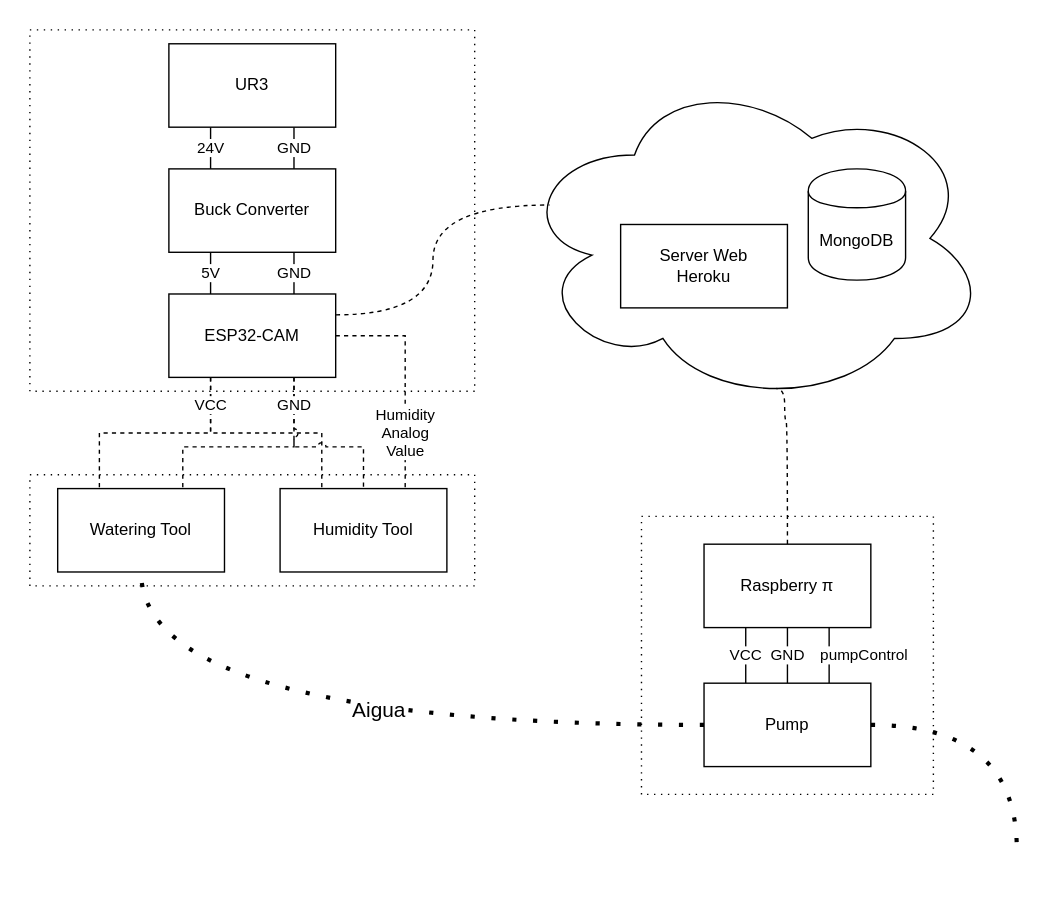
Before: Diagrams/HardwareDiagram.drawio in gerardPlanella/WeePlant, a draw.io diagram. Source tidied: cells renumbered, new cells numbered last; positions are measured from the earlier drawing's top-left corner, leaving out a move shared by most shapes. Both pictures are drawn from the tidied source at 139%, with x=0, y=0 at pixel (29, 29).
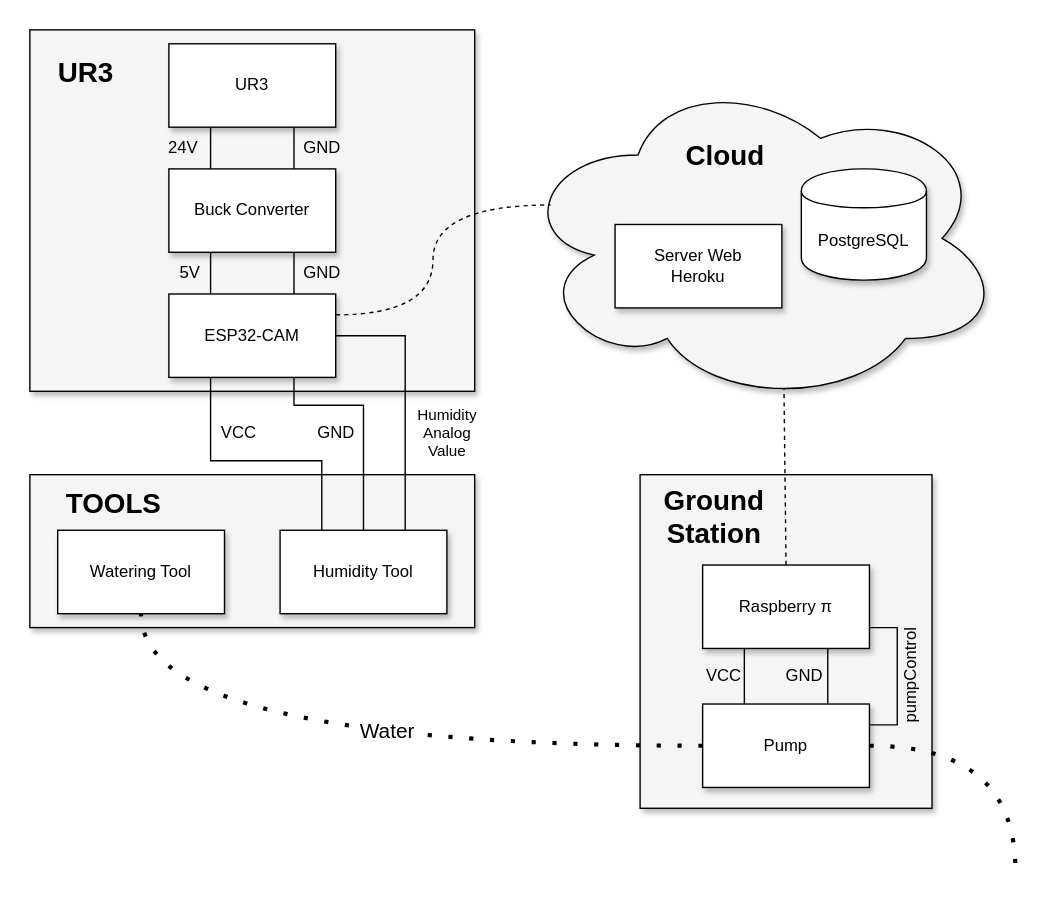
The same diagram, later.

The edit, as a diff of the source:
```diff
@@
+    <mxCell id="30" style="rounded=0;whiteSpace=wrap;html=1;fillColor=#f5f5f5;strokeWidth=1;strokeColor=#000000;fontColor=#333333;shadow=1;" parent="1" vertex="1">
+      <mxGeometry y="320" width="320" height="110" as="geometry" />
+    </mxCell>
+    <mxCell id="28" style="rounded=0;whiteSpace=wrap;html=1;fillColor=#f5f5f5;strokeWidth=1;strokeColor=#000000;fontColor=#333333;comic=0;shadow=1;" parent="1" vertex="1">
+      <mxGeometry width="320" height="260" as="geometry" />
+    </mxCell>
+    <mxCell id="29" style="rounded=0;whiteSpace=wrap;html=1;fillColor=#f5f5f5;strokeWidth=1;strokeColor=#000000;fontColor=#333333;shadow=1;" parent="1" vertex="1">
+      <mxGeometry x="439" y="320" width="210" height="240" as="geometry" />
+    </mxCell>
-    <mxCell id="2" style="ellipse;shape=cloud;whiteSpace=wrap;html=1;" parent="1" vertex="1">
-      <mxGeometry x="350" y="30" width="340" height="240" as="geometry" />
+    <mxCell id="2" style="ellipse;shape=cloud;whiteSpace=wrap;html=1;fillColor=#f5f5f5;strokeColor=#000000;fontColor=#333333;shadow=1;" parent="1" vertex="1">
+      <mxGeometry x="350" y="30" width="350" height="240" as="geometry" />
     </mxCell>
-    <mxCell id="3" value="24V" style="edgeStyle=orthogonalEdgeStyle;rounded=0;jettySize=auto;html=1;exitX=0.25;exitY=1;exitDx=0;exitDy=0;entryX=0.25;entryY=0;entryDx=0;entryDy=0;endArrow=none;endFill=0;" parent="1" edge="1" source="5" target="17">
+    <mxCell id="3" style="edgeStyle=orthogonalEdgeStyle;rounded=0;jettySize=auto;html=1;exitX=0.25;exitY=1;exitDx=0;exitDy=0;entryX=0.25;entryY=0;entryDx=0;entryDy=0;endArrow=none;endFill=0;" parent="1" edge="1" source="5" target="17">
       <mxGeometry relative="1" as="geometry" />
     </mxCell>
-    <mxCell id="4" value="GND" style="edgeStyle=orthogonalEdgeStyle;rounded=0;jettySize=auto;html=1;exitX=0.75;exitY=1;exitDx=0;exitDy=0;entryX=0.75;entryY=0;entryDx=0;entryDy=0;endArrow=none;endFill=0;" parent="1" edge="1" source="5" target="17">
+    <mxCell id="4" style="edgeStyle=orthogonalEdgeStyle;rounded=0;jettySize=auto;html=1;exitX=0.75;exitY=1;exitDx=0;exitDy=0;entryX=0.75;entryY=0;entryDx=0;entryDy=0;endArrow=none;endFill=0;" parent="1" edge="1" source="5" target="17">
       <mxGeometry relative="1" as="geometry" />
     </mxCell>
-    <mxCell id="5" value="UR3" style="rounded=0;whiteSpace=wrap;html=1;" parent="1" vertex="1">
+    <mxCell id="5" value="UR3" style="rounded=0;whiteSpace=wrap;html=1;shadow=1;" parent="1" vertex="1">
       <mxGeometry x="100" y="10" width="120" height="60" as="geometry" />
     </mxCell>
-    <mxCell id="6" style="edgeStyle=orthogonalEdgeStyle;rounded=0;jettySize=auto;html=1;exitX=0.25;exitY=1;exitDx=0;exitDy=0;entryX=0.25;entryY=0;entryDx=0;entryDy=0;endArrow=none;endFill=0;dashed=1;" parent="1" edge="1" source="12" target="13">
-      <mxGeometry relative="1" as="geometry" />
-    </mxCell>
-    <mxCell id="7" value="VCC" style="edgeStyle=orthogonalEdgeStyle;rounded=0;jettySize=auto;html=1;exitX=0.25;exitY=1;exitDx=0;exitDy=0;entryX=0.25;entryY=0;entryDx=0;entryDy=0;dashed=1;endArrow=none;endFill=0;jumpStyle=none;" parent="1" edge="1" source="12" target="14">
-      <mxGeometry x="-0.75" relative="1" as="geometry" />
+    <mxCell id="7" style="edgeStyle=orthogonalEdgeStyle;rounded=0;jettySize=auto;html=1;exitX=0.25;exitY=1;exitDx=0;exitDy=0;entryX=0.25;entryY=0;entryDx=0;entryDy=0;endArrow=none;endFill=0;jumpStyle=none;" parent="1" edge="1" source="12" target="14">
+      <mxGeometry x="-0.75" y="-20" relative="1" as="geometry">
+        <Array as="points">
+          <mxPoint x="130" y="310" />
+          <mxPoint x="210" y="310" />
+        </Array>
+      </mxGeometry>
     </mxCell>
-    <mxCell id="8" style="edgeStyle=orthogonalEdgeStyle;rounded=0;jettySize=auto;html=1;exitX=0.75;exitY=1;exitDx=0;exitDy=0;entryX=0.5;entryY=0;entryDx=0;entryDy=0;dashed=1;endArrow=none;endFill=0;jumpStyle=arc;" parent="1" edge="1" source="12" target="14">
-      <mxGeometry relative="1" as="geometry">
-        <Array as="points">
-          <mxPoint x="190" y="300" />
-          <mxPoint x="240" y="300" />
-        </Array>
-      </mxGeometry>
-    </mxCell>
-    <mxCell id="9" value="GND" style="edgeStyle=orthogonalEdgeStyle;rounded=0;jumpStyle=none;jettySize=auto;html=1;exitX=0.75;exitY=1;exitDx=0;exitDy=0;entryX=0.75;entryY=0;entryDx=0;entryDy=0;dashed=1;endArrow=none;endFill=0;" parent="1" edge="1" source="12" target="13">
-      <mxGeometry x="-0.75" relative="1" as="geometry">
-        <Array as="points">
-          <mxPoint x="190" y="300" />
-          <mxPoint x="110" y="300" />
-        </Array>
-      </mxGeometry>
-    </mxCell>
-    <mxCell id="10" value="Humidity&lt;br&gt;Analog&lt;br&gt;Value" style="edgeStyle=orthogonalEdgeStyle;rounded=0;jumpStyle=none;jettySize=auto;html=1;exitX=1;exitY=0.5;exitDx=0;exitDy=0;entryX=0.75;entryY=0;entryDx=0;entryDy=0;dashed=1;endArrow=none;endFill=0;" parent="1" edge="1" source="12" target="14">
-      <mxGeometry x="0.5" relative="1" as="geometry" />
+    <mxCell id="10" value="Humidity&lt;br&gt;Analog&lt;br&gt;Value" style="edgeStyle=orthogonalEdgeStyle;rounded=0;jumpStyle=none;jettySize=auto;html=1;exitX=1;exitY=0.5;exitDx=0;exitDy=0;entryX=0.75;entryY=0;entryDx=0;entryDy=0;endArrow=none;endFill=0;" parent="1" edge="1" source="12" target="14">
+      <mxGeometry x="0.26" y="30" relative="1" as="geometry" />
     </mxCell>
@@
-    <mxCell id="12" value="ESP32-CAM" style="rounded=0;whiteSpace=wrap;html=1;" parent="1" vertex="1">
+    <mxCell id="12" value="ESP32-CAM" style="rounded=0;whiteSpace=wrap;html=1;shadow=1;" parent="1" vertex="1">
       <mxGeometry x="100" y="190" width="120" height="60" as="geometry" />
     </mxCell>
-    <mxCell id="13" value="Watering Tool" style="rounded=0;whiteSpace=wrap;html=1;" parent="1" vertex="1">
-      <mxGeometry x="20" y="330" width="120" height="60" as="geometry" />
+    <mxCell id="13" value="Watering Tool" style="rounded=0;whiteSpace=wrap;html=1;shadow=1;" parent="1" vertex="1">
+      <mxGeometry x="20" y="360" width="120" height="60" as="geometry" />
     </mxCell>
-    <mxCell id="14" value="Humidity Tool" style="rounded=0;whiteSpace=wrap;html=1;" parent="1" vertex="1">
-      <mxGeometry x="180" y="330" width="120" height="60" as="geometry" />
+    <mxCell id="14" value="Humidity Tool" style="rounded=0;whiteSpace=wrap;html=1;shadow=1;" parent="1" vertex="1">
+      <mxGeometry x="180" y="360" width="120" height="60" as="geometry" />
     </mxCell>
-    <mxCell id="15" value="5V" style="edgeStyle=orthogonalEdgeStyle;rounded=0;jettySize=auto;html=1;exitX=0.25;exitY=1;exitDx=0;exitDy=0;entryX=0.25;entryY=0;entryDx=0;entryDy=0;endArrow=none;endFill=0;" parent="1" edge="1" source="17" target="12">
+    <mxCell id="15" style="edgeStyle=orthogonalEdgeStyle;rounded=0;jettySize=auto;html=1;exitX=0.25;exitY=1;exitDx=0;exitDy=0;entryX=0.25;entryY=0;entryDx=0;entryDy=0;endArrow=none;endFill=0;" parent="1" edge="1" source="17" target="12">
       <mxGeometry relative="1" as="geometry" />
     </mxCell>
-    <mxCell id="16" value="GND" style="edgeStyle=orthogonalEdgeStyle;rounded=0;jettySize=auto;html=1;exitX=0.75;exitY=1;exitDx=0;exitDy=0;entryX=0.75;entryY=0;entryDx=0;entryDy=0;endArrow=none;endFill=0;" parent="1" edge="1" source="17" target="12">
+    <mxCell id="16" style="edgeStyle=orthogonalEdgeStyle;rounded=0;jettySize=auto;html=1;exitX=0.75;exitY=1;exitDx=0;exitDy=0;entryX=0.75;entryY=0;entryDx=0;entryDy=0;endArrow=none;endFill=0;" parent="1" edge="1" source="17" target="12">
       <mxGeometry relative="1" as="geometry" />
     </mxCell>
-    <mxCell id="17" value="Buck Converter" style="rounded=0;whiteSpace=wrap;html=1;" parent="1" vertex="1">
+    <mxCell id="17" value="Buck Converter" style="rounded=0;whiteSpace=wrap;html=1;shadow=1;" parent="1" vertex="1">
       <mxGeometry x="100" y="100" width="120" height="60" as="geometry" />
     </mxCell>
-    <mxCell id="18" value="VCC" style="rounded=0;jumpStyle=none;jettySize=auto;html=1;exitX=0.25;exitY=1;exitDx=0;exitDy=0;entryX=0.25;entryY=0;entryDx=0;entryDy=0;endArrow=none;endFill=0;strokeWidth=1;edgeStyle=orthogonalEdgeStyle;" parent="1" edge="1" source="22" target="25">
+    <mxCell id="18" style="rounded=0;jumpStyle=none;jettySize=auto;html=1;exitX=0.25;exitY=1;exitDx=0;exitDy=0;entryX=0.25;entryY=0;entryDx=0;entryDy=0;endArrow=none;endFill=0;strokeWidth=1;edgeStyle=orthogonalEdgeStyle;" parent="1" edge="1" source="22" target="25">
       <mxGeometry relative="1" as="geometry" />
     </mxCell>
-    <mxCell id="19" value="GND" style="edgeStyle=orthogonalEdgeStyle;rounded=0;jumpStyle=none;jettySize=auto;html=1;exitX=0.5;exitY=1;exitDx=0;exitDy=0;entryX=0.5;entryY=0;entryDx=0;entryDy=0;endArrow=none;endFill=0;strokeWidth=1;" parent="1" edge="1" source="22" target="25">
-      <mxGeometry relative="1" as="geometry" />
-    </mxCell>
-    <mxCell id="20" value="pumpControl" style="edgeStyle=orthogonalEdgeStyle;rounded=0;jumpStyle=none;jettySize=auto;html=1;exitX=0.75;exitY=1;exitDx=0;exitDy=0;entryX=0.75;entryY=0;entryDx=0;entryDy=0;endArrow=none;endFill=0;strokeWidth=1;" parent="1" edge="1" source="22" target="25">
+    <mxCell id="20" style="edgeStyle=orthogonalEdgeStyle;rounded=0;jumpStyle=none;jettySize=auto;html=1;exitX=0.75;exitY=1;exitDx=0;exitDy=0;entryX=0.75;entryY=0;entryDx=0;entryDy=0;endArrow=none;endFill=0;strokeWidth=1;" parent="1" edge="1" source="22" target="25">
       <mxGeometry y="25" relative="1" as="geometry" />
     </mxCell>
-    <mxCell id="21" style="edgeStyle=orthogonalEdgeStyle;rounded=0;jumpStyle=none;jettySize=auto;html=1;exitX=0.5;exitY=0;exitDx=0;exitDy=0;entryX=0.55;entryY=0.95;entryDx=0;entryDy=0;entryPerimeter=0;endArrow=none;endFill=0;strokeWidth=1;curved=1;dashed=1;" parent="1" edge="1" source="22" target="2">
-      <mxGeometry relative="1" as="geometry">
-        <Array as="points">
-          <mxPoint x="545" y="281" />
-          <mxPoint x="543" y="281" />
-        </Array>
-      </mxGeometry>
+    <mxCell id="21" style="rounded=0;jumpStyle=none;jettySize=auto;html=1;exitX=0.5;exitY=0;exitDx=0;exitDy=0;entryX=0.55;entryY=0.95;entryDx=0;entryDy=0;entryPerimeter=0;endArrow=none;endFill=0;strokeWidth=1;dashed=1;" parent="1" edge="1" source="22" target="2">
+      <mxGeometry relative="1" as="geometry" />
     </mxCell>
-    <mxCell id="22" value="Raspberry π" style="rounded=0;whiteSpace=wrap;html=1;" parent="1" vertex="1">
-      <mxGeometry x="485" y="370" width="120" height="60" as="geometry" />
+    <mxCell id="22" value="Raspberry π" style="rounded=0;whiteSpace=wrap;html=1;shadow=1;" parent="1" vertex="1">
+      <mxGeometry x="484" y="385" width="120" height="60" as="geometry" />
     </mxCell>
     <mxCell id="23" style="edgeStyle=orthogonalEdgeStyle;curved=1;rounded=0;jumpStyle=none;jettySize=auto;html=1;exitX=1;exitY=0.5;exitDx=0;exitDy=0;dashed=1;endArrow=none;endFill=0;dashPattern=1 4;strokeWidth=3;" parent="1" edge="1" source="25">
       <mxGeometry relative="1" as="geometry">
-        <mxPoint x="710" y="590" as="targetPoint" />
+        <mxPoint x="709" y="605" as="targetPoint" />
       </mxGeometry>
     </mxCell>
-    <mxCell id="24" value="&lt;font style=&quot;font-size: 15px&quot;&gt;Aigua&lt;/font&gt;" style="edgeStyle=orthogonalEdgeStyle;curved=1;rounded=0;jumpStyle=none;jettySize=auto;html=1;exitX=0;exitY=0.5;exitDx=0;exitDy=0;entryX=0.5;entryY=1;entryDx=0;entryDy=0;dashed=1;dashPattern=1 4;endArrow=none;endFill=0;strokeWidth=3;" parent="1" edge="1" source="25" target="13">
+    <mxCell id="24" value="&lt;span style=&quot;font-size: 15px&quot;&gt;Water&lt;/span&gt;" style="edgeStyle=orthogonalEdgeStyle;curved=1;rounded=0;jumpStyle=none;jettySize=auto;html=1;exitX=0;exitY=0.5;exitDx=0;exitDy=0;entryX=0.5;entryY=1;entryDx=0;entryDy=0;dashed=1;dashPattern=1 4;endArrow=none;endFill=0;strokeWidth=3;" parent="1" edge="1" source="25" target="13">
       <mxGeometry x="-0.09" y="-11" relative="1" as="geometry">
         <Array as="points">
-          <mxPoint x="80" y="500" />
+          <mxPoint x="80" y="515" />
         </Array>
       </mxGeometry>
     </mxCell>
+    <mxCell id="31" style="edgeStyle=orthogonalEdgeStyle;rounded=0;jettySize=auto;html=1;exitX=1;exitY=0.25;exitDx=0;exitDy=0;entryX=1;entryY=0.75;entryDx=0;entryDy=0;endArrow=none;endFill=0;" parent="1" edge="1" source="25" target="22">
+      <mxGeometry relative="1" as="geometry" />
+    </mxCell>
-    <mxCell id="25" value="Pump" style="rounded=0;whiteSpace=wrap;html=1;" parent="1" vertex="1">
-      <mxGeometry x="485" y="470" width="120" height="60" as="geometry" />
+    <mxCell id="25" value="Pump" style="rounded=0;whiteSpace=wrap;html=1;shadow=1;" parent="1" vertex="1">
+      <mxGeometry x="484" y="485" width="120" height="60" as="geometry" />
     </mxCell>
-    <mxCell id="26" value="MongoDB" style="shape=cylinder;whiteSpace=wrap;html=1;boundedLbl=1;backgroundOutline=1;" parent="1" vertex="1">
-      <mxGeometry x="560" y="100" width="70" height="80" as="geometry" />
+    <mxCell id="26" value="PostgreSQL" style="shape=cylinder;whiteSpace=wrap;html=1;boundedLbl=1;backgroundOutline=1;shadow=1;" parent="1" vertex="1">
+      <mxGeometry x="555" y="100" width="90" height="80" as="geometry" />
     </mxCell>
-    <mxCell id="27" value="Server Web&lt;br&gt;Heroku" style="rounded=0;whiteSpace=wrap;html=1;" parent="1" vertex="1">
-      <mxGeometry x="425" y="140" width="120" height="60" as="geometry" />
+    <mxCell id="27" value="Server Web&lt;br&gt;Heroku" style="rounded=0;whiteSpace=wrap;html=1;shadow=1;" parent="1" vertex="1">
+      <mxGeometry x="421" y="140" width="120" height="60" as="geometry" />
     </mxCell>
-    <mxCell id="28" style="rounded=0;whiteSpace=wrap;html=1;fillColor=none;dashed=1;strokeWidth=1;dashPattern=1 4;" parent="1" vertex="1">
-      <mxGeometry width="320" height="260" as="geometry" />
-    </mxCell>
-    <mxCell id="29" style="rounded=0;whiteSpace=wrap;html=1;fillColor=none;dashed=1;strokeWidth=1;dashPattern=1 4;" parent="1" vertex="1">
-      <mxGeometry x="440" y="350" width="210" height="200" as="geometry" />
-    </mxCell>
-    <mxCell id="30" style="rounded=0;whiteSpace=wrap;html=1;fillColor=none;dashed=1;strokeWidth=1;dashPattern=1 4;" parent="1" vertex="1">
-      <mxGeometry y="320" width="320" height="80" as="geometry" />
-    </mxCell>
+    <mxCell id="32" value="VCC" style="text;html=1;align=center;verticalAlign=middle;" parent="1" vertex="1">
+      <mxGeometry x="479" y="455" width="40" height="20" as="geometry" />
+    </mxCell>
+    <mxCell id="33" value="GND" style="text;html=1;align=center;verticalAlign=middle;" parent="1" vertex="1">
+      <mxGeometry x="536.5" y="455" width="40" height="20" as="geometry" />
+    </mxCell>
+    <mxCell id="34" value="pumpControl" style="text;html=1;align=center;verticalAlign=middle;rotation=-90;" parent="1" vertex="1">
+      <mxGeometry x="594" y="455" width="80" height="20" as="geometry" />
+    </mxCell>
+    <mxCell id="35" value="24V" style="text;html=1;align=center;verticalAlign=middle;" parent="1" vertex="1">
+      <mxGeometry x="90" y="75" width="40" height="20" as="geometry" />
+    </mxCell>
+    <mxCell id="36" value="GND" style="text;html=1;align=center;verticalAlign=middle;" parent="1" vertex="1">
+      <mxGeometry x="190" y="75" width="40" height="20" as="geometry" />
+    </mxCell>
+    <mxCell id="37" value="5V" style="text;html=1;align=center;verticalAlign=middle;" parent="1" vertex="1">
+      <mxGeometry x="100" y="165" width="30" height="20" as="geometry" />
+    </mxCell>
+    <mxCell id="38" value="GND" style="text;html=1;align=center;verticalAlign=middle;" parent="1" vertex="1">
+      <mxGeometry x="190" y="165" width="40" height="20" as="geometry" />
+    </mxCell>
+    <mxCell id="8" style="edgeStyle=orthogonalEdgeStyle;rounded=0;jettySize=auto;html=1;exitX=0.75;exitY=1;exitDx=0;exitDy=0;entryX=0.5;entryY=0;entryDx=0;entryDy=0;endArrow=none;endFill=0;jumpStyle=arc;" parent="1" edge="1" source="12" target="14">
+      <mxGeometry relative="1" as="geometry">
+        <Array as="points">
+          <mxPoint x="190" y="270" />
+          <mxPoint x="240" y="270" />
+        </Array>
+      </mxGeometry>
+    </mxCell>
+    <mxCell id="39" value="VCC" style="text;html=1;align=center;verticalAlign=middle;" parent="1" vertex="1">
+      <mxGeometry x="130" y="280" width="40" height="20" as="geometry" />
+    </mxCell>
+    <mxCell id="40" value="GND" style="text;html=1;align=center;verticalAlign=middle;" parent="1" vertex="1">
+      <mxGeometry x="200" y="280" width="40" height="20" as="geometry" />
+    </mxCell>
+    <mxCell id="41" value="&lt;b&gt;&lt;font style=&quot;font-size: 20px&quot;&gt;UR3&lt;/font&gt;&lt;/b&gt;" style="text;html=1;align=center;verticalAlign=middle;" parent="1" vertex="1">
+      <mxGeometry x="10" y="20" width="60" height="20" as="geometry" />
+    </mxCell>
+    <mxCell id="42" value="&lt;b&gt;&lt;font style=&quot;font-size: 20px&quot;&gt;TOOLS&lt;/font&gt;&lt;/b&gt;" style="text;html=1;align=center;verticalAlign=middle;" parent="1" vertex="1">
+      <mxGeometry x="20" y="330" width="80" height="20" as="geometry" />
+    </mxCell>
+    <mxCell id="43" value="&lt;b&gt;&lt;font style=&quot;font-size: 20px&quot;&gt;Cloud&lt;/font&gt;&lt;/b&gt;" style="text;html=1;align=center;verticalAlign=middle;" parent="1" vertex="1">
+      <mxGeometry x="465" y="80" width="70" height="20" as="geometry" />
+    </mxCell>
+    <mxCell id="44" value="&lt;b&gt;&lt;font style=&quot;font-size: 20px&quot;&gt;Ground&lt;br&gt;Station&lt;br&gt;&lt;/font&gt;&lt;/b&gt;" style="text;html=1;align=center;verticalAlign=middle;" parent="1" vertex="1">
+      <mxGeometry x="446.5" y="330" width="90" height="40" as="geometry" />
+    </mxCell>
```
